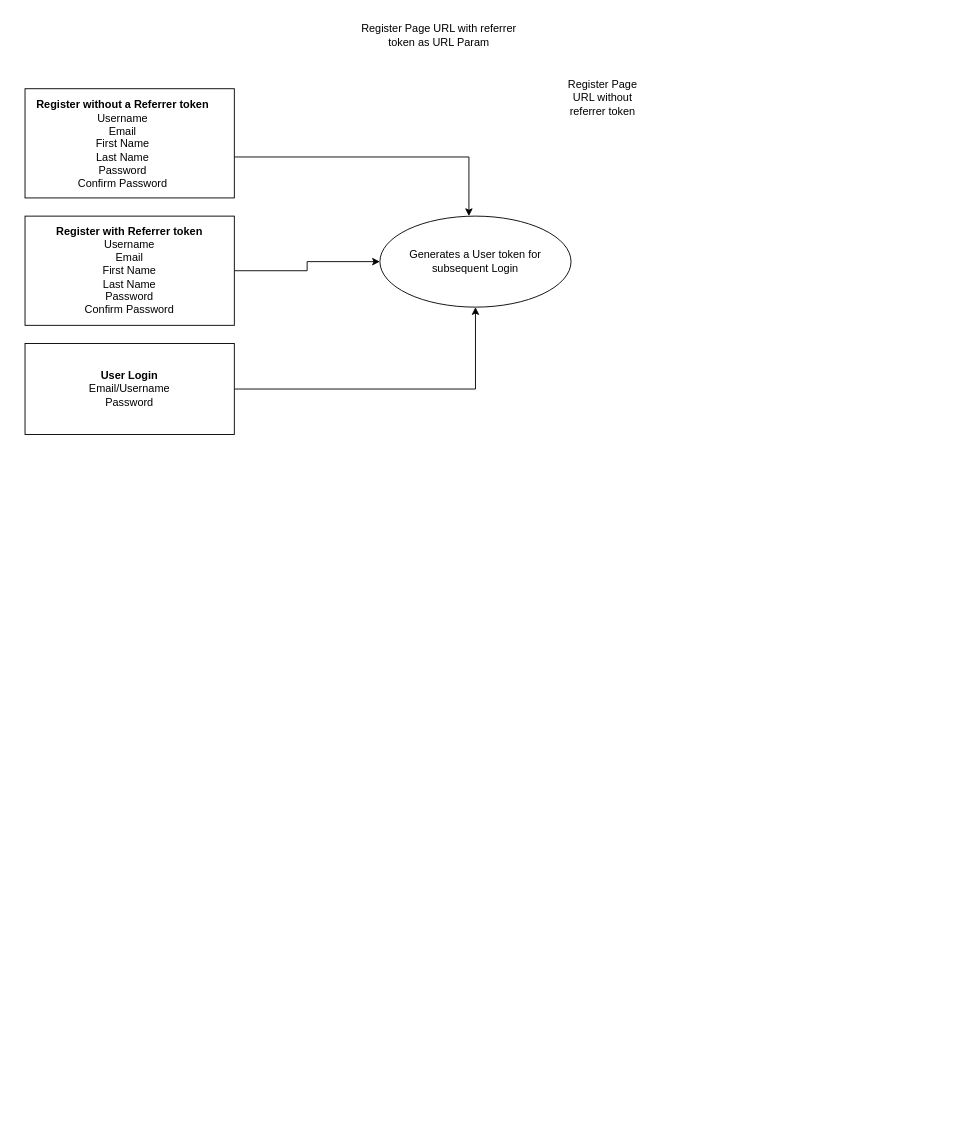
The draw.io diagram Schema and workflow Diagram.drawio in anuonifade/crp_api, before the edit. Source tidied: cells renumbered, new cells numbered last; positions are measured from the earlier drawing's top-left corner, leaving out a move shared by most shapes. Both pictures are drawn from the tidied source at 91%, with x=0, y=0 at pixel (25, 15).
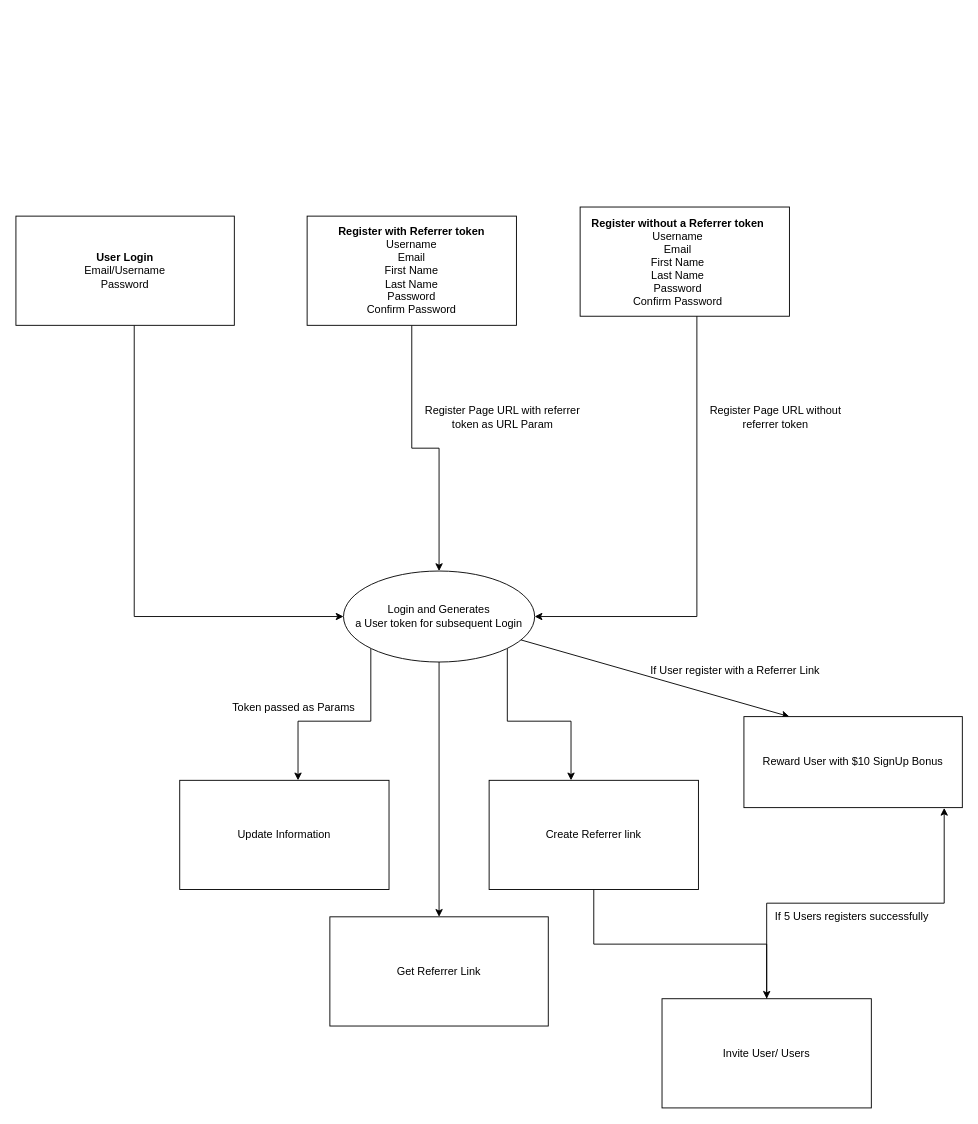
The same diagram, later.

What changed in the source:
```diff
@@
     <mxCell id="3" style="rounded=0;whiteSpace=wrap;html=1;" parent="1" vertex="1">
-      <mxGeometry y="220" width="230" height="120" as="geometry" />
+      <mxGeometry x="310" y="220" width="230" height="120" as="geometry" />
     </mxCell>
     <mxCell id="4" style="edgeStyle=orthogonalEdgeStyle;rounded=0;jettySize=auto;html=1;" parent="1" edge="1" source="5" target="10">
-      <mxGeometry relative="1" as="geometry" />
+      <mxGeometry relative="1" as="geometry">
+        <Array as="points">
+          <mxPoint x="120" y="660" />
+        </Array>
+      </mxGeometry>
     </mxCell>
     <mxCell id="5" value="&lt;b&gt;User Login&lt;br&gt;&lt;/b&gt;Email/Username&lt;br&gt;Password" style="rounded=0;whiteSpace=wrap;html=1;" parent="1" vertex="1">
-      <mxGeometry y="360" width="230" height="100" as="geometry" />
+      <mxGeometry x="-10" y="220" width="240" height="120" as="geometry" />
     </mxCell>
     <mxCell id="6" value="&lt;b&gt;Register with Referrer token&lt;/b&gt;&lt;br&gt;Username&lt;br&gt;Email&lt;br&gt;First Name&lt;br&gt;Last Name&lt;br&gt;Password&lt;br&gt;Confirm Password" style="text;html=1;strokeColor=none;fillColor=none;align=center;verticalAlign=middle;whiteSpace=wrap;rounded=0;" parent="1" vertex="1">
-      <mxGeometry x="25" y="231.2" width="180" height="97.5" as="geometry" />
+      <mxGeometry x="335" y="231.2" width="180" height="97.5" as="geometry" />
     </mxCell>
-    <mxCell id="7" style="edgeStyle=orthogonalEdgeStyle;rounded=0;orthogonalLoop=1;jettySize=auto;html=1;entryX=0.473;entryY=0.003;entryDx=0;entryDy=0;entryPerimeter=0;" parent="1" edge="1">
+    <mxCell id="7" style="edgeStyle=orthogonalEdgeStyle;rounded=0;jettySize=auto;html=1;entryX=1;entryY=0.5;entryDx=0;entryDy=0;exitX=0.75;exitY=1;exitDx=0;exitDy=0;" parent="1" edge="1" target="10">
       <mxGeometry relative="1" as="geometry">
-        <mxPoint x="219" y="155" as="sourcePoint" />
-        <mxPoint x="487.8" y="220" as="targetPoint" />
+        <mxPoint x="738.3" y="322.5" as="sourcePoint" />
         <Array as="points">
-          <mxPoint x="488" y="155" />
+          <mxPoint x="738" y="660" />
         </Array>
       </mxGeometry>
     </mxCell>
     <mxCell id="8" style="rounded=0;whiteSpace=wrap;html=1;" parent="1" vertex="1">
-      <mxGeometry y="80" width="230" height="120" as="geometry" />
+      <mxGeometry x="610" y="210" width="230" height="120" as="geometry" />
     </mxCell>
     <mxCell id="9" value="&lt;b&gt;Register without a Referrer token&lt;br&gt;&lt;/b&gt;Username&lt;br&gt;Email&lt;br&gt;First Name&lt;br&gt;Last Name&lt;br&gt;Password&lt;br&gt;Confirm Password" style="text;html=1;strokeColor=none;fillColor=none;align=center;verticalAlign=middle;whiteSpace=wrap;rounded=0;" parent="1" vertex="1">
-      <mxGeometry x="10" y="90" width="195" height="102.5" as="geometry" />
+      <mxGeometry x="620" y="220" width="195" height="102.5" as="geometry" />
     </mxCell>
+    <mxCell id="13" style="edgeStyle=orthogonalEdgeStyle;rounded=0;jettySize=auto;html=1;" parent="1" edge="1" source="10" target="16">
+      <mxGeometry relative="1" as="geometry">
+        <Array as="points">
+          <mxPoint x="380" y="775" />
+          <mxPoint x="300" y="775" />
+        </Array>
+      </mxGeometry>
+    </mxCell>
+    <mxCell id="14" style="edgeStyle=orthogonalEdgeStyle;rounded=0;jettySize=auto;html=1;" parent="1" edge="1" source="10" target="19">
+      <mxGeometry relative="1" as="geometry">
+        <Array as="points">
+          <mxPoint x="530" y="775" />
+          <mxPoint x="600" y="775" />
+        </Array>
+      </mxGeometry>
+    </mxCell>
+    <mxCell id="15" style="edgeStyle=orthogonalEdgeStyle;rounded=0;jettySize=auto;html=1;entryX=0.5;entryY=0;entryDx=0;entryDy=0;" parent="1" edge="1" source="10" target="20">
+      <mxGeometry relative="1" as="geometry" />
+    </mxCell>
-    <mxCell id="10" value="Generates a User token for subsequent Login" style="ellipse;whiteSpace=wrap;html=1;" parent="1" vertex="1">
-      <mxGeometry x="390" y="220" width="210" height="100" as="geometry" />
+    <mxCell id="10" value="Login and Generates &lt;br&gt;a User token for subsequent Login" style="ellipse;whiteSpace=wrap;html=1;" parent="1" vertex="1">
+      <mxGeometry x="350" y="610" width="210" height="100" as="geometry" />
     </mxCell>
     <mxCell id="11" value="Register Page URL with referrer token as URL Param" style="text;html=1;strokeColor=none;fillColor=none;align=center;verticalAlign=middle;whiteSpace=wrap;rounded=0;" parent="1" vertex="1">
-      <mxGeometry x="360" width="190" height="42.5" as="geometry" />
+      <mxGeometry x="430" y="420" width="190" height="42.5" as="geometry" />
     </mxCell>
     <mxCell id="12" value="Register Page URL without referrer token" style="text;html=1;strokeColor=none;fillColor=none;align=center;verticalAlign=middle;whiteSpace=wrap;rounded=0;" parent="1" vertex="1">
-      <mxGeometry x="590" y="50" width="90" height="80" as="geometry" />
+      <mxGeometry x="740" y="401.2" width="170" height="80" as="geometry" />
     </mxCell>
+    <mxCell id="16" value="Update Information" style="rounded=0;whiteSpace=wrap;html=1;" parent="1" vertex="1">
+      <mxGeometry x="170" y="840" width="230" height="120" as="geometry" />
+    </mxCell>
+    <mxCell id="17" value="Token passed as Params" style="text;html=1;align=center;verticalAlign=middle;" parent="1" vertex="1">
+      <mxGeometry x="220" y="750" width="150" height="20" as="geometry" />
+    </mxCell>
+    <mxCell id="18" style="edgeStyle=orthogonalEdgeStyle;rounded=0;jettySize=auto;html=1;" parent="1" edge="1" source="19" target="22">
+      <mxGeometry relative="1" as="geometry" />
+    </mxCell>
+    <mxCell id="19" value="Create Referrer link" style="rounded=0;whiteSpace=wrap;html=1;" parent="1" vertex="1">
+      <mxGeometry x="510" y="840" width="230" height="120" as="geometry" />
+    </mxCell>
+    <mxCell id="20" value="Get Referrer Link" style="rounded=0;whiteSpace=wrap;html=1;" parent="1" vertex="1">
+      <mxGeometry x="335" y="990" width="240" height="120" as="geometry" />
+    </mxCell>
+    <mxCell id="21" style="edgeStyle=orthogonalEdgeStyle;rounded=0;jettySize=auto;html=1;entryX=0.917;entryY=1.003;entryDx=0;entryDy=0;entryPerimeter=0;" parent="1" edge="1" source="22" target="24">
+      <mxGeometry relative="1" as="geometry" />
+    </mxCell>
+    <mxCell id="22" value="Invite User/ Users" style="rounded=0;whiteSpace=wrap;html=1;" parent="1" vertex="1">
+      <mxGeometry x="700" y="1080" width="230" height="120" as="geometry" />
+    </mxCell>
+    <mxCell id="23" style="endArrow=classic;html=1;" parent="1" edge="1" source="10">
+      <mxGeometry relative="1" as="geometry">
+        <mxPoint x="840" y="770" as="targetPoint" />
+      </mxGeometry>
+    </mxCell>
+    <mxCell id="24" value="Reward User with $10 SignUp Bonus" style="rounded=0;whiteSpace=wrap;html=1;" parent="1" vertex="1">
+      <mxGeometry x="790" y="770" width="240" height="100" as="geometry" />
+    </mxCell>
+    <mxCell id="25" value="If User register with a Referrer Link" style="text;html=1;align=center;verticalAlign=middle;" parent="1" vertex="1">
+      <mxGeometry x="680" y="710" width="200" height="20" as="geometry" />
+    </mxCell>
+    <mxCell id="26" value="If 5 Users registers successfully&amp;nbsp;" style="text;html=1;align=center;verticalAlign=middle;" parent="1" vertex="1">
+      <mxGeometry x="815" y="980" width="190" height="20" as="geometry" />
+    </mxCell>
```
